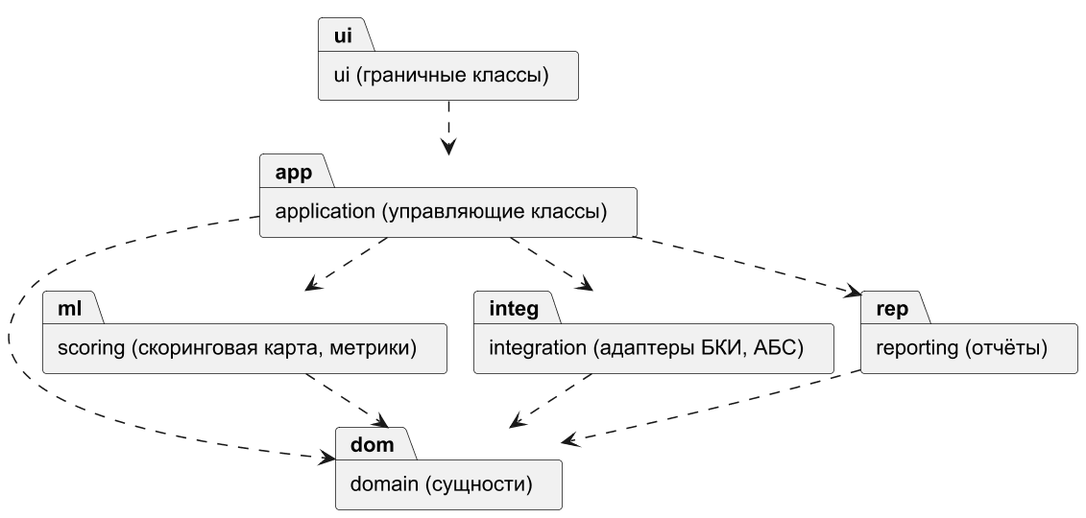
Before: diagrams/uml_packages.png, a diagram exported from PlantUML (DarkSwordman999/credit-scoring-dss).
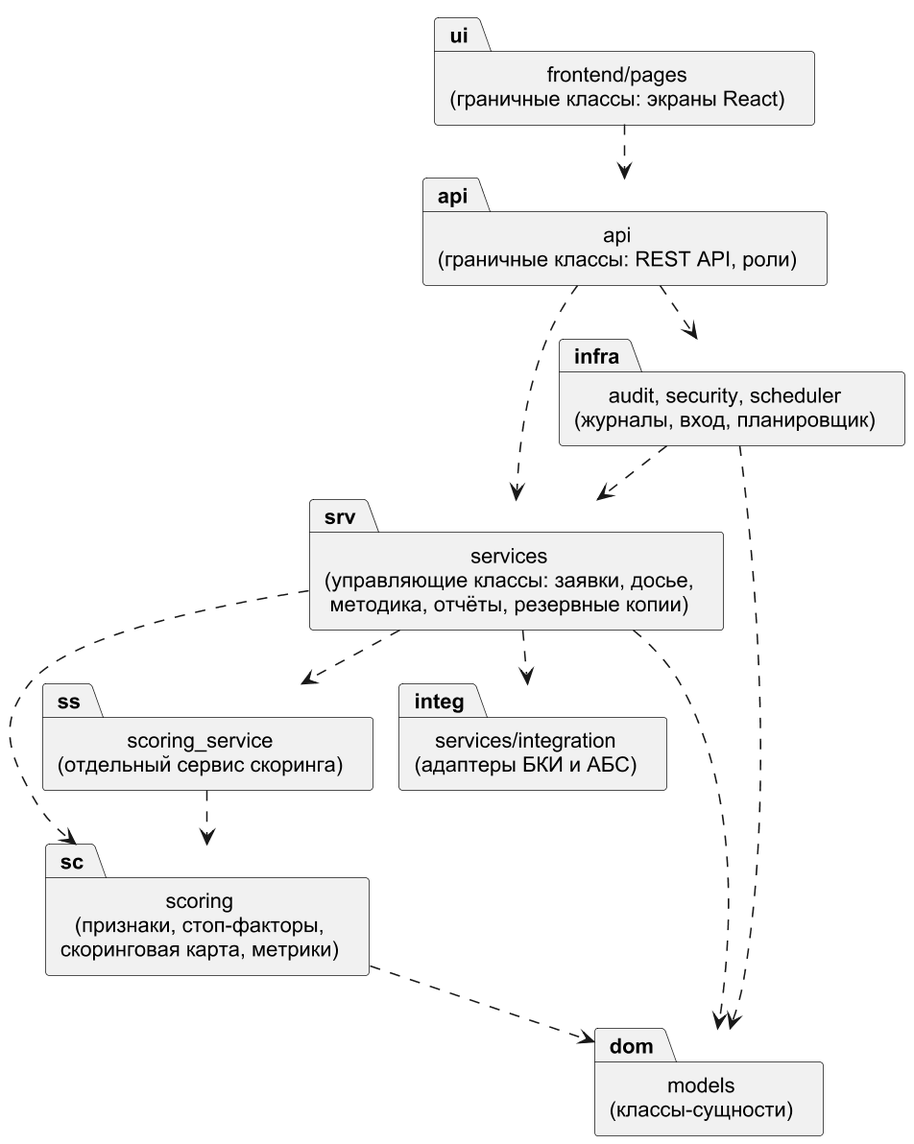
After the change.

Change to the diagram source:
```diff
@@ -4,18 +4,23 @@
 skinparam defaultFontName Arial
 skinparam shadowing false
 skinparam monochrome true
-package "ui (граничные классы)" as ui
-package "application (управляющие классы)" as app
-package "domain (сущности)" as dom
-package "scoring (скоринговая карта, метрики)" as ml
-package "integration (адаптеры БКИ, АБС)" as integ
-package "reporting (отчёты)" as rep
-ui ..> app
-app ..> dom
-app ..> ml
-app ..> integ
-app ..> rep
-ml ..> dom
-rep ..> dom
-integ ..> dom
+package "frontend/pages\n(граничные классы: экраны React)" as ui
+package "api\n(граничные классы: REST API, роли)" as api
+package "services\n(управляющие классы: заявки, досье,\nметодика, отчёты, резервные копии)" as srv
+package "scoring\n(признаки, стоп-факторы,\nскоринговая карта, метрики)" as sc
+package "scoring_service\n(отдельный сервис скоринга)" as ss
+package "services/integration\n(адаптеры БКИ и АБС)" as integ
+package "models\n(классы-сущности)" as dom
+package "audit, security, scheduler\n(журналы, вход, планировщик)" as infra
+ui ..> api
+api ..> srv
+api ..> infra
+srv ..> sc
+srv ..> ss
+srv ..> integ
+srv ..> dom
+ss ..> sc
+sc ..> dom
+infra ..> srv
+infra ..> dom
 @enduml
```
